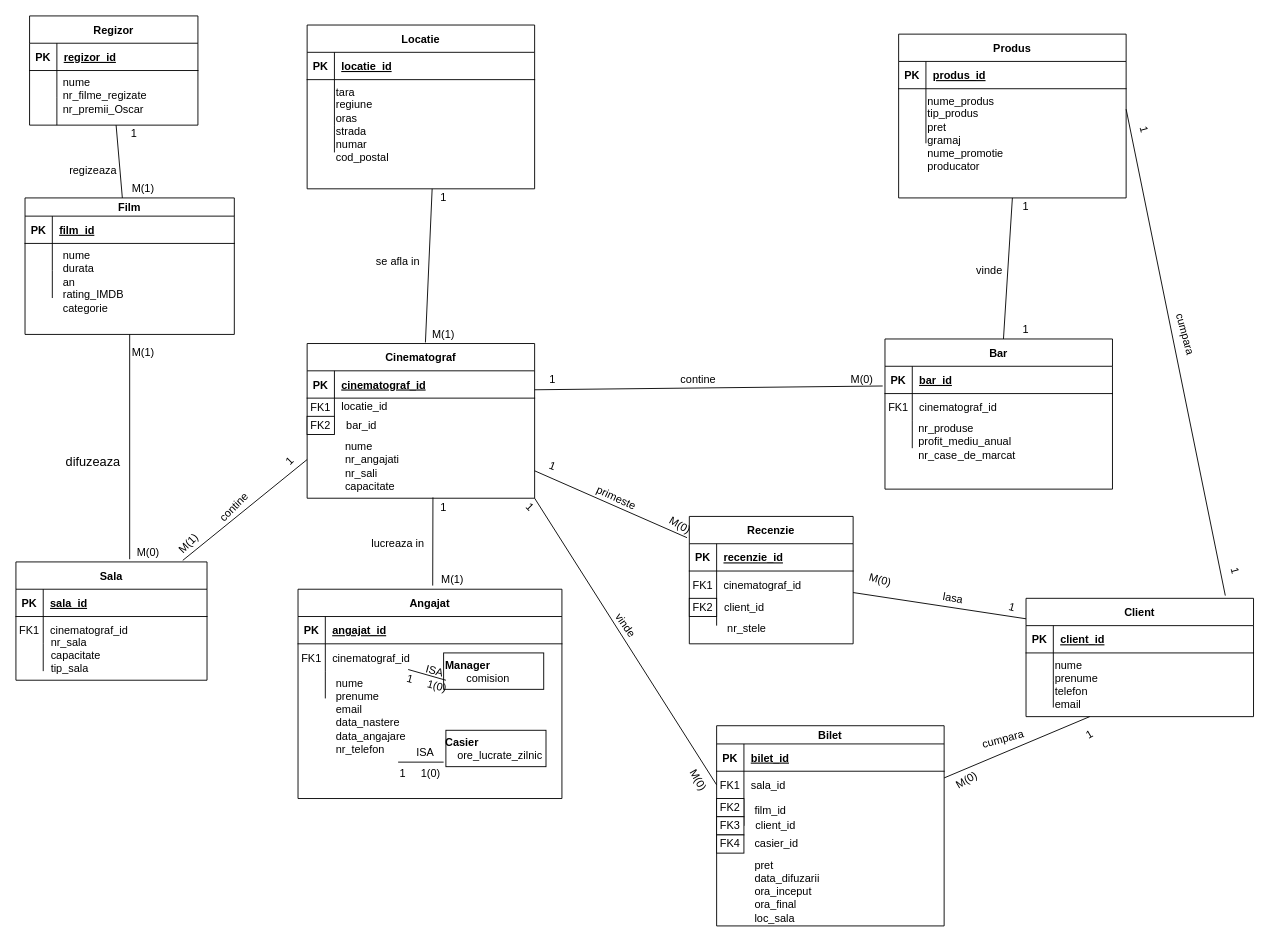
The draw.io diagram Databases/Project/BucharestCinemas.drawio in Swizop/uni-work, before the edit. Source tidied: cells renumbered, new cells numbered last; positions are measured from the earlier drawing's top-left corner, leaving out a move shared by most shapes. Both pictures are drawn from the tidied source at 91%, with x=0, y=0 at pixel (15, 15).
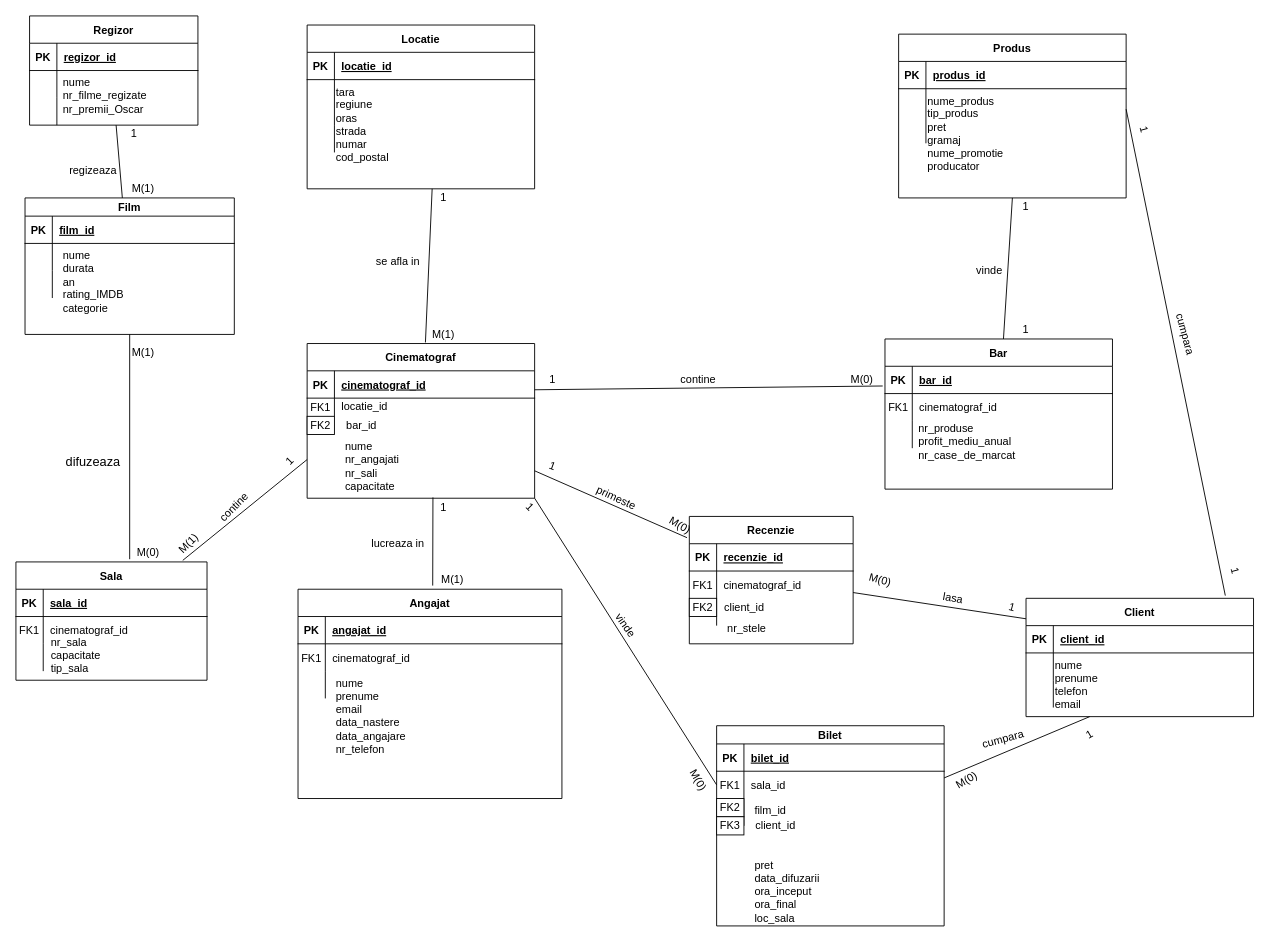
Above is the later version.

The edit, as a diff of the source:
```diff
@@
-    <mxCell id="79" style="rounded=0;whiteSpace=wrap;html=1;align=left;" parent="1" vertex="1">
-      <mxGeometry x="470" y="700" width="110" height="40" as="geometry" />
-    </mxCell>
-    <mxCell id="80" value="&lt;b&gt;Manager&lt;br&gt;&amp;nbsp; &amp;nbsp; &amp;nbsp; &amp;nbsp;&lt;/b&gt;comision&lt;br&gt;" style="text;html=1;strokeColor=none;fillColor=none;align=left;verticalAlign=top;whiteSpace=wrap;rounded=0;" parent="1" vertex="1">
-      <mxGeometry x="470" y="700" width="110" height="40" as="geometry" />
-    </mxCell>
-    <mxCell id="81" value="ISA" style="text;html=1;strokeColor=none;fillColor=none;align=center;verticalAlign=middle;whiteSpace=wrap;rounded=0;rotation=15;" parent="1" vertex="1">
-      <mxGeometry x="447.5" y="715" width="25" height="10" as="geometry" />
-    </mxCell>
-    <mxCell id="82" value="1&amp;nbsp; &amp;nbsp; &amp;nbsp;1(0)" style="text;html=1;strokeColor=none;fillColor=none;align=left;verticalAlign=middle;whiteSpace=wrap;rounded=0;rotation=15;" parent="1" vertex="1">
-      <mxGeometry x="427.5" y="725" width="55" height="20" as="geometry" />
-    </mxCell>
-    <mxCell id="83" style="rounded=0;whiteSpace=wrap;html=1;align=left;" parent="1" vertex="1">
-      <mxGeometry x="472.5" y="785" width="110" height="40" as="geometry" />
-    </mxCell>
-    <mxCell id="84" value="Casier&lt;br&gt;&amp;nbsp; &amp;nbsp; &lt;span style=&quot;font-weight: normal&quot;&gt;ore_lucrate_zilnic&lt;/span&gt;" style="text;html=1;strokeColor=none;fillColor=none;align=left;verticalAlign=top;whiteSpace=wrap;rounded=0;fontStyle=1;" parent="1" vertex="1">
-      <mxGeometry x="470" y="785" width="117.5" height="35" as="geometry" />
-    </mxCell>
-    <mxCell id="85" value="1&amp;nbsp; &amp;nbsp; &amp;nbsp;1(0)" style="text;html=1;strokeColor=none;fillColor=none;align=left;verticalAlign=middle;whiteSpace=wrap;rounded=0;rotation=0;" parent="1" vertex="1">
-      <mxGeometry x="420" y="825" width="52.5" height="15" as="geometry" />
-    </mxCell>
-    <mxCell id="86" style="endArrow=none;html=1;exitX=0;exitY=0;exitDx=0;exitDy=0;" parent="1" edge="1" source="82">
-      <mxGeometry relative="1" as="geometry">
-        <mxPoint x="472.5" y="730" as="targetPoint" />
-      </mxGeometry>
-    </mxCell>
-    <mxCell id="87" style="endArrow=none;html=1;entryX=0;entryY=1;entryDx=0;entryDy=0;" parent="1" edge="1" target="84">
-      <mxGeometry relative="1" as="geometry">
-        <mxPoint x="420" y="820" as="sourcePoint" />
-      </mxGeometry>
-    </mxCell>
-    <mxCell id="88" value="ISA" style="text;html=1;strokeColor=none;fillColor=none;align=center;verticalAlign=middle;whiteSpace=wrap;rounded=0;" parent="1" vertex="1">
-      <mxGeometry x="430" y="800" width="40" height="20" as="geometry" />
-    </mxCell>
@@
-    <mxCell id="162" value="FK4" style="rounded=0;whiteSpace=wrap;html=1;" parent="1" vertex="1">
-      <mxGeometry x="770" y="900" width="30" height="20" as="geometry" />
-    </mxCell>
-    <mxCell id="163" value="casier_id" style="text;html=1;strokeColor=none;fillColor=none;align=left;verticalAlign=middle;whiteSpace=wrap;rounded=0;" parent="1" vertex="1">
-      <mxGeometry x="810" y="900" width="90" height="20" as="geometry" />
-    </mxCell>
```
